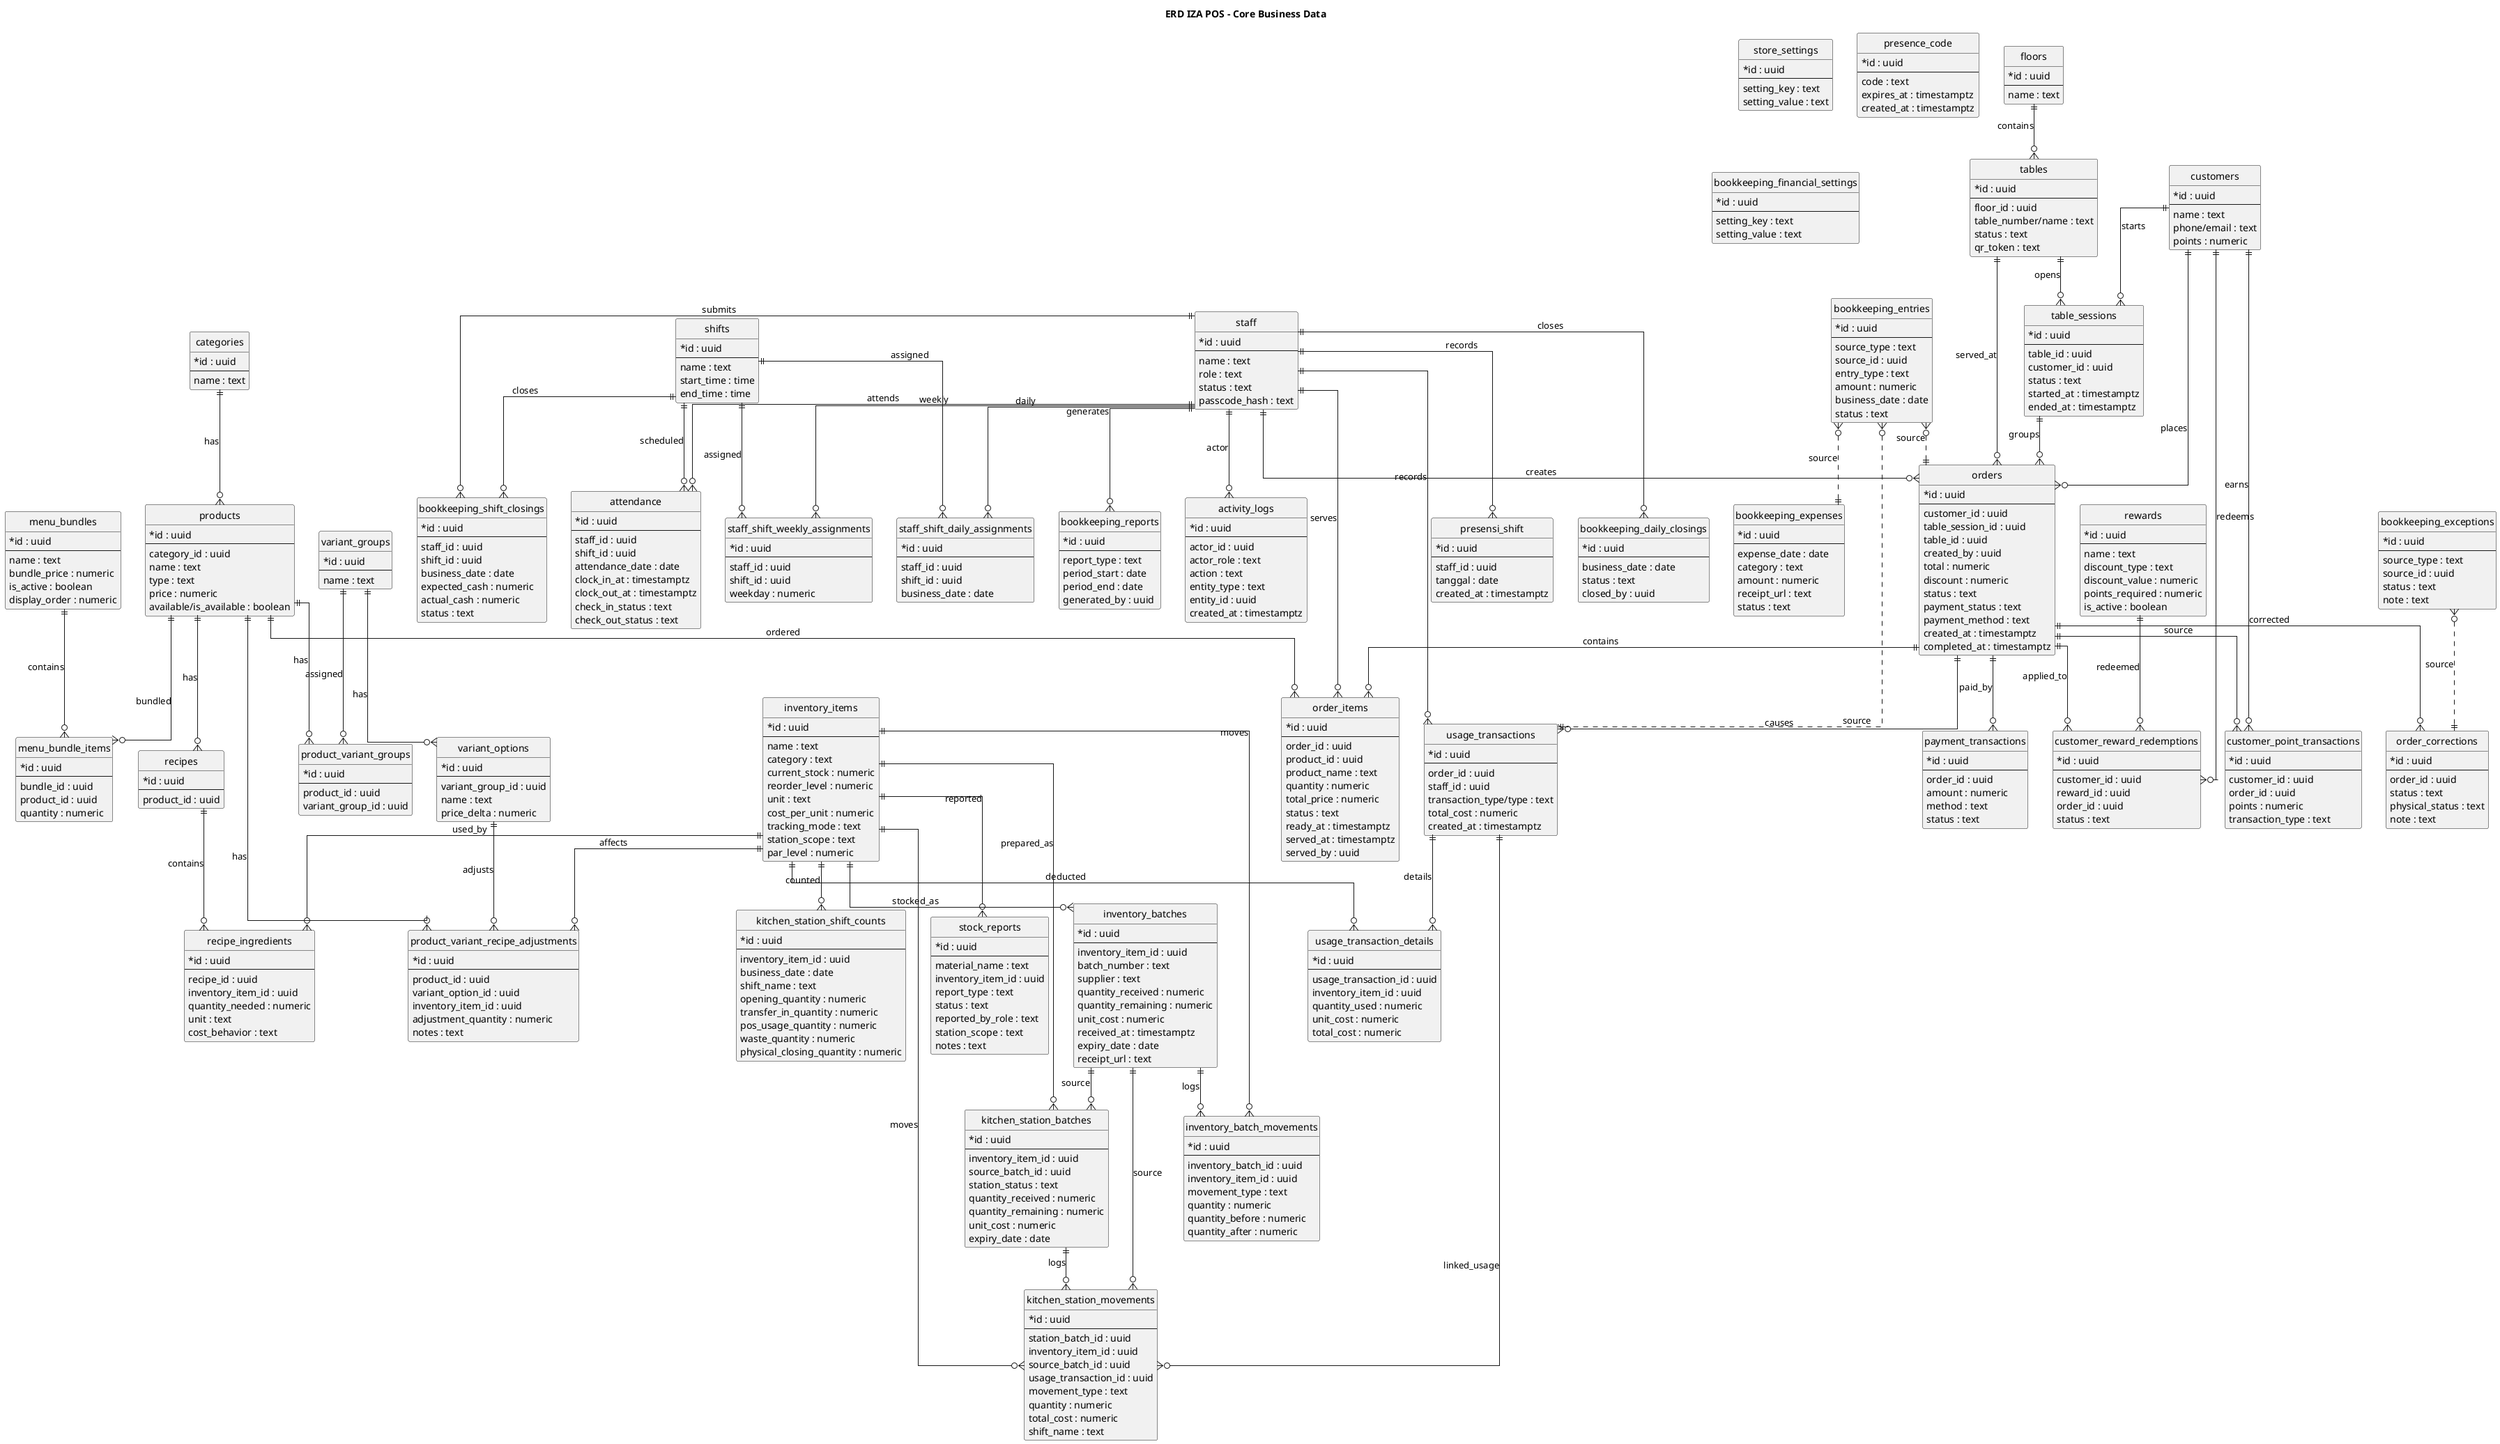
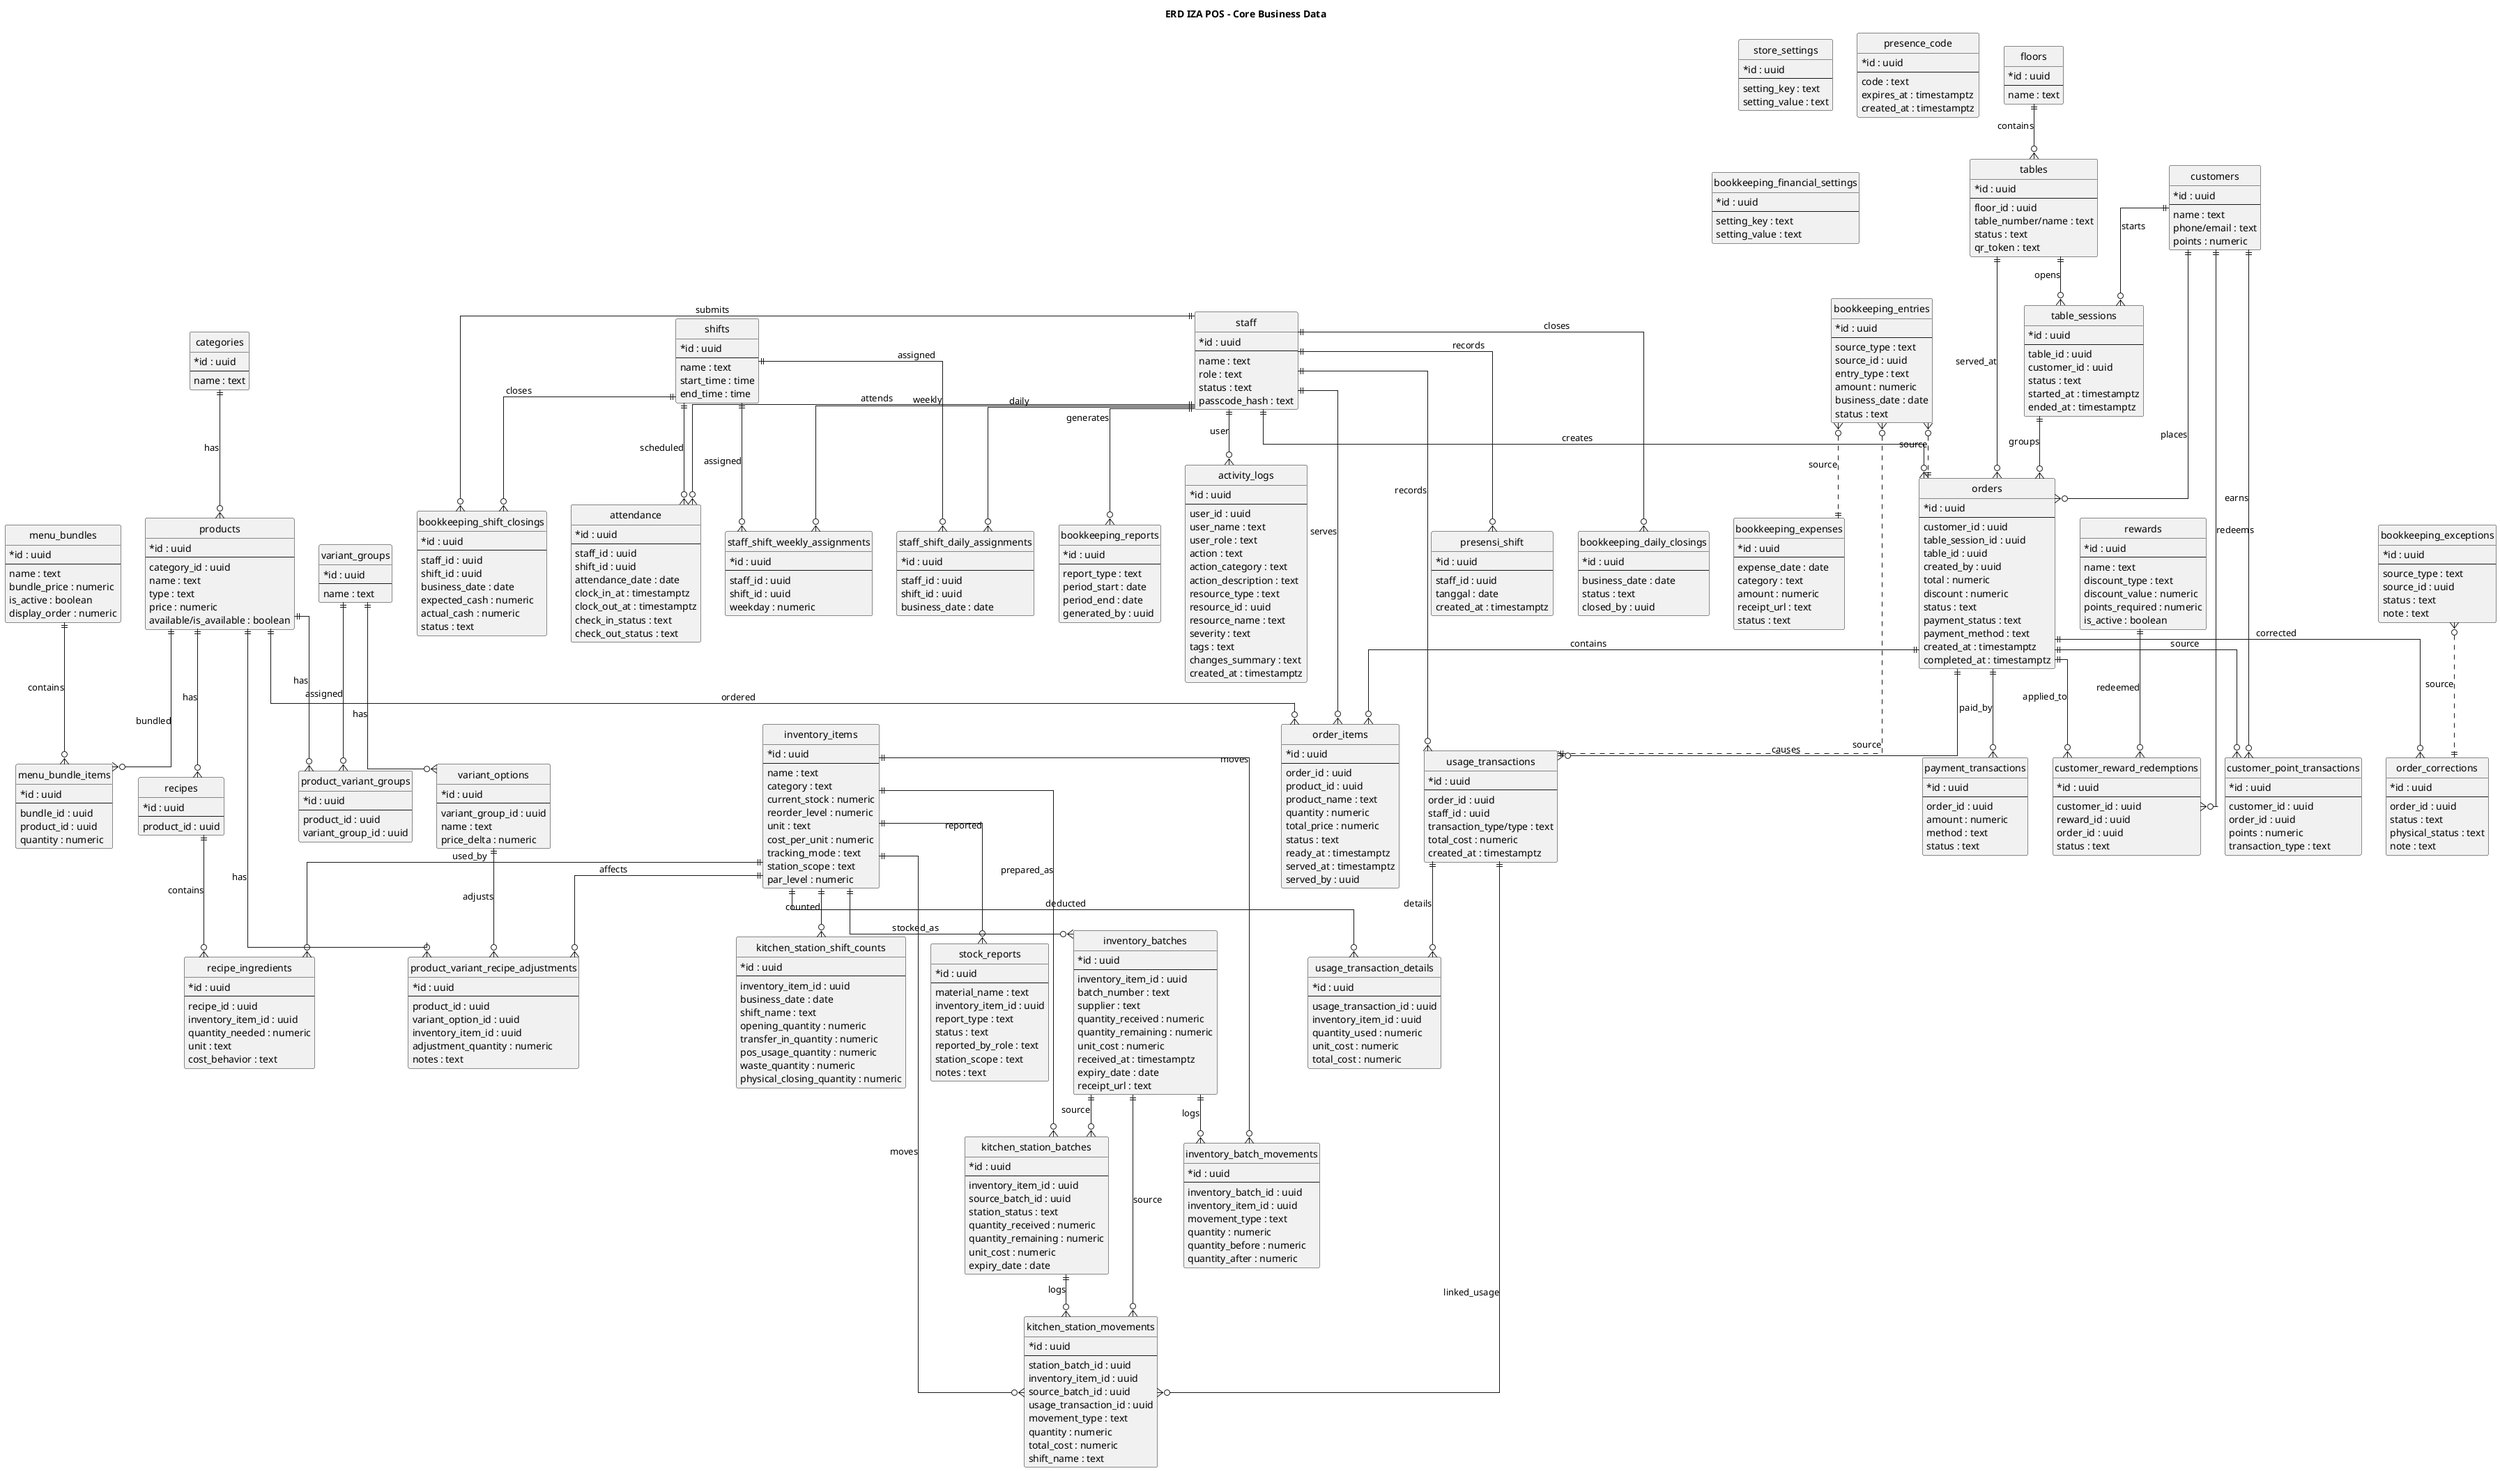
@startuml
title ERD IZA POS - Core Business Data

hide circle
skinparam linetype ortho
skinparam classAttributeIconSize 0

entity staff {
  * id : uuid
  --
  name : text
  role : text
  status : text
  passcode_hash : text
}

entity customers {
  * id : uuid
  --
  name : text
  phone/email : text
  points : numeric
}

entity categories {
  * id : uuid
  --
  name : text
}

entity products {
  * id : uuid
  --
  category_id : uuid
  name : text
  type : text
  price : numeric
  available/is_available : boolean
}

entity variant_groups {
  * id : uuid
  --
  name : text
}

entity variant_options {
  * id : uuid
  --
  variant_group_id : uuid
  name : text
  price_delta : numeric
}

entity product_variant_groups {
  * id : uuid
  --
  product_id : uuid
  variant_group_id : uuid
}

entity recipes {
  * id : uuid
  --
  product_id : uuid
}

entity recipe_ingredients {
  * id : uuid
  --
  recipe_id : uuid
  inventory_item_id : uuid
  quantity_needed : numeric
  unit : text
  cost_behavior : text
}

entity product_variant_recipe_adjustments {
  * id : uuid
  --
  product_id : uuid
  variant_option_id : uuid
  inventory_item_id : uuid
  adjustment_quantity : numeric
  notes : text
}

entity menu_bundles {
  * id : uuid
  --
  name : text
  bundle_price : numeric
  is_active : boolean
  display_order : numeric
}

entity menu_bundle_items {
  * id : uuid
  --
  bundle_id : uuid
  product_id : uuid
  quantity : numeric
}

entity floors {
  * id : uuid
  --
  name : text
}

entity tables {
  * id : uuid
  --
  floor_id : uuid
  table_number/name : text
  status : text
  qr_token : text
}

entity table_sessions {
  * id : uuid
  --
  table_id : uuid
  customer_id : uuid
  status : text
  started_at : timestamptz
  ended_at : timestamptz
}

entity orders {
  * id : uuid
  --
  customer_id : uuid
  table_session_id : uuid
  table_id : uuid
  created_by : uuid
  total : numeric
  discount : numeric
  status : text
  payment_status : text
  payment_method : text
  created_at : timestamptz
  completed_at : timestamptz
}

entity order_items {
  * id : uuid
  --
  order_id : uuid
  product_id : uuid
  product_name : text
  quantity : numeric
  total_price : numeric
  status : text
  ready_at : timestamptz
  served_at : timestamptz
  served_by : uuid
}

entity payment_transactions {
  * id : uuid
  --
  order_id : uuid
  amount : numeric
  method : text
  status : text
}

entity rewards {
  * id : uuid
  --
  name : text
  discount_type : text
  discount_value : numeric
  points_required : numeric
  is_active : boolean
}

entity customer_reward_redemptions {
  * id : uuid
  --
  customer_id : uuid
  reward_id : uuid
  order_id : uuid
  status : text
}

entity customer_point_transactions {
  * id : uuid
  --
  customer_id : uuid
  order_id : uuid
  points : numeric
  transaction_type : text
}

entity inventory_items {
  * id : uuid
  --
  name : text
  category : text
  current_stock : numeric
  reorder_level : numeric
  unit : text
  cost_per_unit : numeric
  tracking_mode : text
  station_scope : text
  par_level : numeric
}

entity inventory_batches {
  * id : uuid
  --
  inventory_item_id : uuid
  batch_number : text
  supplier : text
  quantity_received : numeric
  quantity_remaining : numeric
  unit_cost : numeric
  received_at : timestamptz
  expiry_date : date
  receipt_url : text
}

entity inventory_batch_movements {
  * id : uuid
  --
  inventory_batch_id : uuid
  inventory_item_id : uuid
  movement_type : text
  quantity : numeric
  quantity_before : numeric
  quantity_after : numeric
}

entity usage_transactions {
  * id : uuid
  --
  order_id : uuid
  staff_id : uuid
  transaction_type/type : text
  total_cost : numeric
  created_at : timestamptz
}

entity usage_transaction_details {
  * id : uuid
  --
  usage_transaction_id : uuid
  inventory_item_id : uuid
  quantity_used : numeric
  unit_cost : numeric
  total_cost : numeric
}

entity kitchen_station_batches {
  * id : uuid
  --
  inventory_item_id : uuid
  source_batch_id : uuid
  station_status : text
  quantity_received : numeric
  quantity_remaining : numeric
  unit_cost : numeric
  expiry_date : date
}

entity kitchen_station_movements {
  * id : uuid
  --
  station_batch_id : uuid
  inventory_item_id : uuid
  source_batch_id : uuid
  usage_transaction_id : uuid
  movement_type : text
  quantity : numeric
  total_cost : numeric
  shift_name : text
}

entity kitchen_station_shift_counts {
  * id : uuid
  --
  inventory_item_id : uuid
  business_date : date
  shift_name : text
  opening_quantity : numeric
  transfer_in_quantity : numeric
  pos_usage_quantity : numeric
  waste_quantity : numeric
  physical_closing_quantity : numeric
}

entity stock_reports {
  * id : uuid
  --
  material_name : text
  inventory_item_id : uuid
  report_type : text
  status : text
  reported_by_role : text
  station_scope : text
  notes : text
}

entity shifts {
  * id : uuid
  --
  name : text
  start_time : time
  end_time : time
}

entity attendance {
  * id : uuid
  --
  staff_id : uuid
  shift_id : uuid
  attendance_date : date
  clock_in_at : timestamptz
  clock_out_at : timestamptz
  check_in_status : text
  check_out_status : text
}

entity staff_shift_weekly_assignments {
  * id : uuid
  --
  staff_id : uuid
  shift_id : uuid
  weekday : numeric
}

entity staff_shift_daily_assignments {
  * id : uuid
  --
  staff_id : uuid
  shift_id : uuid
  business_date : date
}

entity store_settings {
  * id : uuid
  --
  setting_key : text
  setting_value : text
}

entity presensi_shift {
  * id : uuid
  --
  staff_id : uuid
  tanggal : date
  created_at : timestamptz
}

entity presence_code {
  * id : uuid
  --
  code : text
  expires_at : timestamptz
  created_at : timestamptz
}

entity bookkeeping_entries {
  * id : uuid
  --
  source_type : text
  source_id : uuid
  entry_type : text
  amount : numeric
  business_date : date
  status : text
}

entity bookkeeping_exceptions {
  * id : uuid
  --
  source_type : text
  source_id : uuid
  status : text
  note : text
}

entity bookkeeping_expenses {
  * id : uuid
  --
  expense_date : date
  category : text
  amount : numeric
  receipt_url : text
  status : text
}

entity bookkeeping_shift_closings {
  * id : uuid
  --
  staff_id : uuid
  shift_id : uuid
  business_date : date
  expected_cash : numeric
  actual_cash : numeric
  status : text
}

entity bookkeeping_daily_closings {
  * id : uuid
  --
  business_date : date
  status : text
  closed_by : uuid
}

entity bookkeeping_reports {
  * id : uuid
  --
  report_type : text
  period_start : date
  period_end : date
  generated_by : uuid
}

entity bookkeeping_financial_settings {
  * id : uuid
  --
  setting_key : text
  setting_value : text
}

entity order_corrections {
  * id : uuid
  --
  order_id : uuid
  status : text
  physical_status : text
  note : text
}

entity activity_logs {
  * id : uuid
  --
-   actor_id : uuid
-   actor_role : text
+   user_id : uuid
+   user_name : text
+   user_role : text
  action : text
-   entity_type : text
-   entity_id : uuid
+   action_category : text
+   action_description : text
+   resource_type : text
+   resource_id : uuid
+   resource_name : text
+   severity : text
+   tags : text
+   changes_summary : text
  created_at : timestamptz
}

categories ||--o{ products : has
products ||--o{ recipes : has
recipes ||--o{ recipe_ingredients : contains
inventory_items ||--o{ recipe_ingredients : used_by
products ||--o{ product_variant_groups : has
variant_groups ||--o{ product_variant_groups : assigned
variant_groups ||--o{ variant_options : has
variant_options ||--o{ product_variant_recipe_adjustments : adjusts
products ||--o{ product_variant_recipe_adjustments : has
inventory_items ||--o{ product_variant_recipe_adjustments : affects

menu_bundles ||--o{ menu_bundle_items : contains
products ||--o{ menu_bundle_items : bundled

floors ||--o{ tables : contains
tables ||--o{ table_sessions : opens
customers ||--o{ table_sessions : starts
customers ||--o{ orders : places
table_sessions ||--o{ orders : groups
tables ||--o{ orders : served_at
staff ||--o{ orders : creates
orders ||--o{ order_items : contains
products ||--o{ order_items : ordered
staff ||--o{ order_items : serves
orders ||--o{ payment_transactions : paid_by

customers ||--o{ customer_reward_redemptions : redeems
rewards ||--o{ customer_reward_redemptions : redeemed
orders ||--o{ customer_reward_redemptions : applied_to
customers ||--o{ customer_point_transactions : earns
orders ||--o{ customer_point_transactions : source

inventory_items ||--o{ inventory_batches : stocked_as
inventory_items ||--o{ inventory_batch_movements : moves
inventory_batches ||--o{ inventory_batch_movements : logs
orders ||--o{ usage_transactions : causes
staff ||--o{ usage_transactions : records
usage_transactions ||--o{ usage_transaction_details : details
inventory_items ||--o{ usage_transaction_details : deducted

inventory_items ||--o{ kitchen_station_batches : prepared_as
inventory_batches ||--o{ kitchen_station_batches : source
kitchen_station_batches ||--o{ kitchen_station_movements : logs
inventory_items ||--o{ kitchen_station_movements : moves
inventory_batches ||--o{ kitchen_station_movements : source
usage_transactions ||--o{ kitchen_station_movements : linked_usage
inventory_items ||--o{ kitchen_station_shift_counts : counted
inventory_items ||--o{ stock_reports : reported

staff ||--o{ attendance : attends
shifts ||--o{ attendance : scheduled
staff ||--o{ staff_shift_weekly_assignments : weekly
staff ||--o{ staff_shift_daily_assignments : daily
shifts ||--o{ staff_shift_weekly_assignments : assigned
shifts ||--o{ staff_shift_daily_assignments : assigned
staff ||--o{ presensi_shift : records

staff ||--o{ bookkeeping_shift_closings : submits
shifts ||--o{ bookkeeping_shift_closings : closes
staff ||--o{ bookkeeping_daily_closings : closes
staff ||--o{ bookkeeping_reports : generates
orders ||--o{ order_corrections : corrected
bookkeeping_entries }o..|| orders : source
bookkeeping_entries }o..|| usage_transactions : source
bookkeeping_entries }o..|| bookkeeping_expenses : source
bookkeeping_exceptions }o..|| order_corrections : source

- staff ||--o{ activity_logs : actor
+ staff ||--o{ activity_logs : user

@enduml
